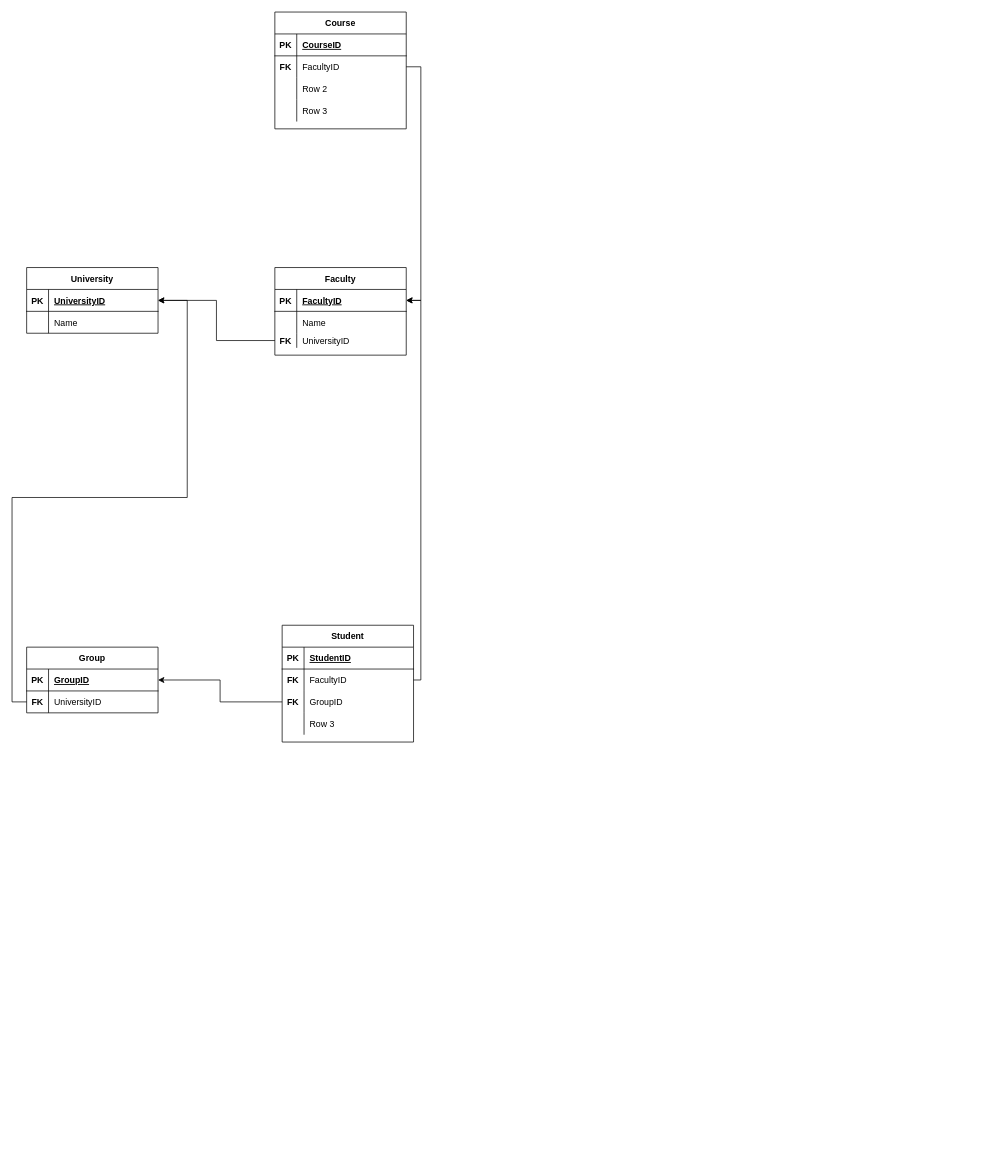
Before: Untitled Diagram.drawio in ilya-siluyanov/DrawIO, a draw.io diagram. Source tidied: cells renumbered, new cells numbered last; positions are measured from the earlier drawing's top-left corner, leaving out a move shared by most shapes. Both pictures are drawn from the tidied source at 73%, with x=0, y=0 at pixel (12, 12).
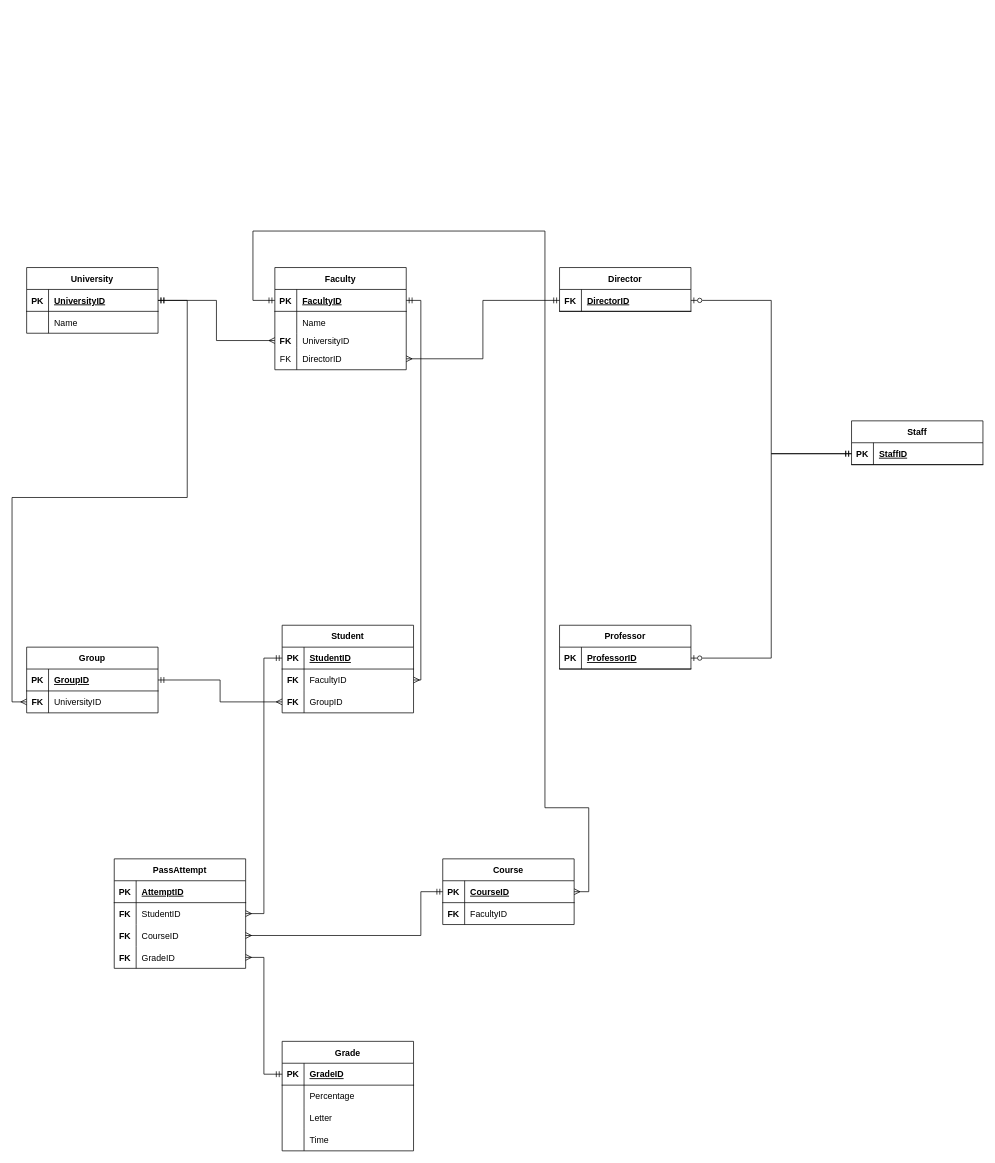
The same diagram, later.

The change refers to these unchanged cells:
```xml
<mxCell id="3" style="shape=tableRow;horizontal=0;startSize=0;swimlaneHead=0;swimlaneBody=0;fillColor=none;points=[[0,0.5],[1,0.5]];portConstraint=eastwest;top=0;left=0;right=0;bottom=1;" parent="2" vertex="1">
  <mxGeometry y="30" width="180" height="30" as="geometry" />
</mxCell>
<mxCell id="10" style="shape=tableRow;horizontal=0;startSize=0;swimlaneHead=0;swimlaneBody=0;fillColor=none;points=[[0,0.5],[1,0.5]];portConstraint=eastwest;top=0;left=0;right=0;bottom=1;" parent="9" vertex="1">
  <mxGeometry y="30" width="180" height="30" as="geometry" />
</mxCell>
<mxCell id="16" style="shape=tableRow;horizontal=0;startSize=0;swimlaneHead=0;swimlaneBody=0;fillColor=none;points=[[0,0.5],[1,0.5]];portConstraint=eastwest;top=0;left=0;right=0;bottom=0;" parent="9" vertex="1">
  <mxGeometry y="90" width="180" height="20" as="geometry" />
</mxCell>
<mxCell id="21" style="shape=tableRow;horizontal=0;startSize=0;swimlaneHead=0;swimlaneBody=0;fillColor=none;points=[[0,0.5],[1,0.5]];portConstraint=eastwest;top=0;left=0;right=0;bottom=1;" parent="20" vertex="1">
  <mxGeometry y="30" width="180" height="30" as="geometry" />
</mxCell>
<mxCell id="24" style="shape=tableRow;horizontal=0;startSize=0;swimlaneHead=0;swimlaneBody=0;fillColor=none;points=[[0,0.5],[1,0.5]];portConstraint=eastwest;top=0;left=0;right=0;bottom=0;" parent="20" vertex="1">
  <mxGeometry y="60" width="180" height="30" as="geometry" />
</mxCell>
<mxCell id="29" style="shape=tableRow;horizontal=0;startSize=0;swimlaneHead=0;swimlaneBody=0;fillColor=none;points=[[0,0.5],[1,0.5]];portConstraint=eastwest;top=0;left=0;right=0;bottom=1;" parent="28" vertex="1">
  <mxGeometry y="30" width="180" height="30" as="geometry" />
</mxCell>
<mxCell id="32" style="shape=tableRow;horizontal=0;startSize=0;swimlaneHead=0;swimlaneBody=0;fillColor=none;points=[[0,0.5],[1,0.5]];portConstraint=eastwest;top=0;left=0;right=0;bottom=0;" parent="28" vertex="1">
  <mxGeometry y="60" width="180" height="30" as="geometry" />
</mxCell>
<mxCell id="35" style="shape=tableRow;horizontal=0;startSize=0;swimlaneHead=0;swimlaneBody=0;fillColor=none;points=[[0,0.5],[1,0.5]];portConstraint=eastwest;top=0;left=0;right=0;bottom=0;" parent="28" vertex="1">
  <mxGeometry y="90" width="180" height="30" as="geometry" />
</mxCell>
<mxCell id="44" style="shape=tableRow;horizontal=0;startSize=0;swimlaneHead=0;swimlaneBody=0;fillColor=none;points=[[0,0.5],[1,0.5]];portConstraint=eastwest;top=0;left=0;right=0;bottom=1;" parent="43" vertex="1">
  <mxGeometry y="30" width="180" height="30" as="geometry" />
</mxCell>
<mxCell id="47" style="shape=tableRow;horizontal=0;startSize=0;swimlaneHead=0;swimlaneBody=0;fillColor=none;points=[[0,0.5],[1,0.5]];portConstraint=eastwest;top=0;left=0;right=0;bottom=0;" parent="43" vertex="1">
  <mxGeometry y="60" width="180" height="30" as="geometry" />
</mxCell>
```

The edit, as a diff of the source:
```diff
@@
     <mxCell id="9" value="Faculty" style="shape=table;startSize=30;childLayout=tableLayout;rowLines=0;fontStyle=1;align=center;" parent="1" vertex="1">
-      <mxGeometry x="360" y="350" width="180" height="120" as="geometry" />
+      <mxGeometry x="360" y="350" width="180" height="140" as="geometry" />
     </mxCell>
@@
+    <mxCell id="57" style="shape=tableRow;horizontal=0;startSize=0;swimlaneHead=0;swimlaneBody=0;fillColor=none;points=[[0,0.5],[1,0.5]];portConstraint=eastwest;top=0;left=0;right=0;bottom=0;" parent="9" vertex="1">
+      <mxGeometry y="110" width="180" height="30" as="geometry" />
+    </mxCell>
+    <mxCell id="58" value="FK" style="shape=partialRectangle;fillColor=none;top=0;left=0;bottom=0;right=0;fontStyle=0;overflow=hidden;" parent="57" vertex="1">
+      <mxGeometry width="30" height="30" as="geometry" />
+    </mxCell>
+    <mxCell id="59" value="DirectorID" style="shape=partialRectangle;fillColor=none;top=0;left=0;bottom=0;right=0;align=left;spacingLeft=6;fontStyle=0;overflow=hidden;" parent="57" vertex="1">
+      <mxGeometry x="30" width="150" height="30" as="geometry" />
+    </mxCell>
-    <mxCell id="19" style="edgeStyle=orthogonalEdgeStyle;rounded=0;jettySize=auto;html=1;entryX=1;entryY=0.5;entryDx=0;entryDy=0;" parent="1" edge="1" source="16" target="3">
+    <mxCell id="19" style="edgeStyle=orthogonalEdgeStyle;rounded=0;jettySize=auto;html=1;entryX=1;entryY=0.5;entryDx=0;entryDy=0;endArrow=ERmandOne;endFill=0;startArrow=ERmany;startFill=0;" parent="1" edge="1" source="16" target="3">
       <mxGeometry relative="1" as="geometry" />
     </mxCell>
@@
-    <mxCell id="27" style="edgeStyle=orthogonalEdgeStyle;rounded=0;jettySize=auto;html=1;entryX=1;entryY=0.5;entryDx=0;entryDy=0;" parent="1" edge="1" source="24" target="3">
+    <mxCell id="27" style="edgeStyle=orthogonalEdgeStyle;rounded=0;jettySize=auto;html=1;entryX=1;entryY=0.5;entryDx=0;entryDy=0;endArrow=ERmandOne;endFill=0;startArrow=ERmany;startFill=0;" parent="1" edge="1" source="24" target="3">
       <mxGeometry relative="1" as="geometry">
         <Array as="points">
           <mxPoint y="945" />
           <mxPoint y="665" />
           <mxPoint x="240" y="665" />
           <mxPoint x="240" y="395" />
         </Array>
       </mxGeometry>
     </mxCell>
     <mxCell id="28" value="Student" style="shape=table;startSize=30;childLayout=tableLayout;rowLines=0;fontStyle=1;align=center;" parent="1" vertex="1">
-      <mxGeometry x="370" y="840" width="180" height="160" as="geometry" />
+      <mxGeometry x="370" y="840" width="180" height="120" as="geometry" />
     </mxCell>
@@
-    <mxCell id="38" style="shape=tableRow;horizontal=0;startSize=0;swimlaneHead=0;swimlaneBody=0;fillColor=none;top=0;left=0;right=0;bottom=0;" parent="28" vertex="1">
-      <mxGeometry y="120" width="180" height="30" as="geometry" />
-    </mxCell>
-    <mxCell id="39" style="shape=partialRectangle;fillColor=none;top=0;left=0;bottom=0;right=0;overflow=hidden;" parent="38" vertex="1">
-      <mxGeometry width="30" height="30" as="geometry" />
-    </mxCell>
-    <mxCell id="40" value="Row 3" style="shape=partialRectangle;fillColor=none;top=0;left=0;bottom=0;right=0;align=left;spacingLeft=6;overflow=hidden;" parent="38" vertex="1">
-      <mxGeometry x="30" width="150" height="30" as="geometry" />
-    </mxCell>
-    <mxCell id="41" style="edgeStyle=orthogonalEdgeStyle;rounded=0;jettySize=auto;html=1;entryX=1;entryY=0.5;entryDx=0;entryDy=0;exitX=0;exitY=0.5;exitDx=0;exitDy=0;" parent="1" edge="1" source="35" target="21">
+    <mxCell id="41" style="edgeStyle=orthogonalEdgeStyle;rounded=0;jettySize=auto;html=1;entryX=1;entryY=0.5;entryDx=0;entryDy=0;exitX=0;exitY=0.5;exitDx=0;exitDy=0;startArrow=ERmany;startFill=0;endArrow=ERmandOne;endFill=0;" parent="1" edge="1" source="35" target="21">
       <mxGeometry relative="1" as="geometry" />
     </mxCell>
-    <mxCell id="42" style="edgeStyle=orthogonalEdgeStyle;rounded=0;jettySize=auto;html=1;entryX=1;entryY=0.5;entryDx=0;entryDy=0;" parent="1" edge="1" source="32" target="10">
+    <mxCell id="42" style="edgeStyle=orthogonalEdgeStyle;rounded=0;jettySize=auto;html=1;entryX=1;entryY=0.5;entryDx=0;entryDy=0;startArrow=ERmany;startFill=0;endArrow=ERmandOne;endFill=0;" parent="1" edge="1" source="32" target="10">
       <mxGeometry relative="1" as="geometry">
         <Array as="points">
           <mxPoint x="560" y="915" />
           <mxPoint x="560" y="395" />
         </Array>
       </mxGeometry>
     </mxCell>
     <mxCell id="43" value="Course" style="shape=table;startSize=30;childLayout=tableLayout;rowLines=0;fontStyle=1;align=center;" parent="1" vertex="1">
-      <mxGeometry x="360" width="180" height="160" as="geometry" />
+      <mxGeometry x="590" y="1160" width="180" height="90" as="geometry" />
     </mxCell>
@@
-    <mxCell id="50" style="shape=tableRow;horizontal=0;startSize=0;swimlaneHead=0;swimlaneBody=0;fillColor=none;top=0;left=0;right=0;bottom=0;" parent="43" vertex="1">
-      <mxGeometry y="90" width="180" height="30" as="geometry" />
-    </mxCell>
-    <mxCell id="51" style="shape=partialRectangle;fillColor=none;top=0;left=0;bottom=0;right=0;overflow=hidden;" parent="50" vertex="1">
-      <mxGeometry width="30" height="30" as="geometry" />
-    </mxCell>
-    <mxCell id="52" value="Row 2" style="shape=partialRectangle;fillColor=none;top=0;left=0;bottom=0;right=0;align=left;spacingLeft=6;overflow=hidden;" parent="50" vertex="1">
-      <mxGeometry x="30" width="150" height="30" as="geometry" />
-    </mxCell>
-    <mxCell id="53" style="shape=tableRow;horizontal=0;startSize=0;swimlaneHead=0;swimlaneBody=0;fillColor=none;top=0;left=0;right=0;bottom=0;" parent="43" vertex="1">
-      <mxGeometry y="120" width="180" height="30" as="geometry" />
-    </mxCell>
-    <mxCell id="54" style="shape=partialRectangle;fillColor=none;top=0;left=0;bottom=0;right=0;overflow=hidden;" parent="53" vertex="1">
-      <mxGeometry width="30" height="30" as="geometry" />
-    </mxCell>
-    <mxCell id="55" value="Row 3" style="shape=partialRectangle;fillColor=none;top=0;left=0;bottom=0;right=0;align=left;spacingLeft=6;overflow=hidden;" parent="53" vertex="1">
-      <mxGeometry x="30" width="150" height="30" as="geometry" />
-    </mxCell>
-    <mxCell id="56" style="edgeStyle=orthogonalEdgeStyle;rounded=0;jettySize=auto;html=1;entryX=1;entryY=0.5;entryDx=0;entryDy=0;" parent="1" edge="1" source="47" target="10">
+    <mxCell id="56" style="edgeStyle=orthogonalEdgeStyle;rounded=0;jettySize=auto;html=1;entryX=0;entryY=0.5;entryDx=0;entryDy=0;exitX=1;exitY=0.5;exitDx=0;exitDy=0;endArrow=ERmandOne;endFill=0;startArrow=ERmany;startFill=0;" parent="1" edge="1" source="44" target="10">
       <mxGeometry relative="1" as="geometry">
         <Array as="points">
-          <mxPoint x="560" y="75" />
-          <mxPoint x="560" y="395" />
+          <mxPoint x="790" y="1205" />
+          <mxPoint x="790" y="1090" />
+          <mxPoint x="730" y="1090" />
+          <mxPoint x="730" y="300" />
+          <mxPoint x="330" y="300" />
+          <mxPoint x="330" y="395" />
         </Array>
       </mxGeometry>
     </mxCell>
+    <mxCell id="60" value="Director" style="shape=table;startSize=30;childLayout=tableLayout;rowLines=0;fontStyle=1;align=center;" parent="1" vertex="1">
+      <mxGeometry x="750" y="350" width="180" height="60" as="geometry" />
+    </mxCell>
+    <mxCell id="61" style="shape=tableRow;horizontal=0;startSize=0;swimlaneHead=0;swimlaneBody=0;fillColor=none;points=[[0,0.5],[1,0.5]];portConstraint=eastwest;top=0;left=0;right=0;bottom=1;" parent="60" vertex="1">
+      <mxGeometry y="30" width="180" height="30" as="geometry" />
+    </mxCell>
+    <mxCell id="62" value="FK" style="shape=partialRectangle;fillColor=none;top=0;left=0;bottom=0;right=0;fontStyle=1;overflow=hidden;" parent="61" vertex="1">
+      <mxGeometry width="30" height="30" as="geometry" />
+    </mxCell>
+    <mxCell id="63" value="DirectorID" style="shape=partialRectangle;fillColor=none;top=0;left=0;bottom=0;right=0;align=left;spacingLeft=6;fontStyle=5;overflow=hidden;" parent="61" vertex="1">
+      <mxGeometry x="30" width="150" height="30" as="geometry" />
+    </mxCell>
+    <mxCell id="64" value="Professor" style="shape=table;startSize=30;childLayout=tableLayout;rowLines=0;fontStyle=1;align=center;" parent="1" vertex="1">
+      <mxGeometry x="750" y="840" width="180" height="60" as="geometry" />
+    </mxCell>
+    <mxCell id="65" style="shape=tableRow;horizontal=0;startSize=0;swimlaneHead=0;swimlaneBody=0;fillColor=none;points=[[0,0.5],[1,0.5]];portConstraint=eastwest;top=0;left=0;right=0;bottom=1;" parent="64" vertex="1">
+      <mxGeometry y="30" width="180" height="30" as="geometry" />
+    </mxCell>
+    <mxCell id="66" value="PK" style="shape=partialRectangle;fillColor=none;top=0;left=0;bottom=0;right=0;fontStyle=1;overflow=hidden;" parent="65" vertex="1">
+      <mxGeometry width="30" height="30" as="geometry" />
+    </mxCell>
+    <mxCell id="67" value="ProfessorID" style="shape=partialRectangle;fillColor=none;top=0;left=0;bottom=0;right=0;align=left;spacingLeft=6;fontStyle=5;overflow=hidden;" parent="65" vertex="1">
+      <mxGeometry x="30" width="150" height="30" as="geometry" />
+    </mxCell>
+    <mxCell id="68" value="Staff" style="shape=table;startSize=30;childLayout=tableLayout;rowLines=0;fontStyle=1;align=center;" parent="1" vertex="1">
+      <mxGeometry x="1150" y="560" width="180" height="60" as="geometry" />
+    </mxCell>
+    <mxCell id="69" style="shape=tableRow;horizontal=0;startSize=0;swimlaneHead=0;swimlaneBody=0;fillColor=none;points=[[0,0.5],[1,0.5]];portConstraint=eastwest;top=0;left=0;right=0;bottom=1;" parent="68" vertex="1">
+      <mxGeometry y="30" width="180" height="30" as="geometry" />
+    </mxCell>
+    <mxCell id="70" value="PK" style="shape=partialRectangle;fillColor=none;top=0;left=0;bottom=0;right=0;fontStyle=1;overflow=hidden;" parent="69" vertex="1">
+      <mxGeometry width="30" height="30" as="geometry" />
+    </mxCell>
+    <mxCell id="71" value="StaffID" style="shape=partialRectangle;fillColor=none;top=0;left=0;bottom=0;right=0;align=left;spacingLeft=6;fontStyle=5;overflow=hidden;" parent="69" vertex="1">
+      <mxGeometry x="30" width="150" height="30" as="geometry" />
+    </mxCell>
+    <mxCell id="72" style="edgeStyle=orthogonalEdgeStyle;rounded=0;jettySize=auto;html=1;entryX=0;entryY=0.5;entryDx=0;entryDy=0;endArrow=ERmandOne;endFill=0;startArrow=ERzeroToOne;startFill=0;" parent="1" edge="1" source="61" target="69">
+      <mxGeometry relative="1" as="geometry" />
+    </mxCell>
+    <mxCell id="73" style="edgeStyle=orthogonalEdgeStyle;rounded=0;jettySize=auto;html=1;entryX=0;entryY=0.5;entryDx=0;entryDy=0;endArrow=ERmandOne;endFill=0;startArrow=ERzeroToOne;startFill=0;" parent="1" edge="1" source="65" target="69">
+      <mxGeometry relative="1" as="geometry" />
+    </mxCell>
+    <mxCell id="74" style="edgeStyle=orthogonalEdgeStyle;rounded=0;jettySize=auto;html=1;entryX=0;entryY=0.5;entryDx=0;entryDy=0;startArrow=ERmany;startFill=0;endArrow=ERmandOne;endFill=0;" parent="1" edge="1" source="57" target="61">
+      <mxGeometry relative="1" as="geometry" />
+    </mxCell>
+    <mxCell id="75" value="PassAttempt" style="shape=table;startSize=30;childLayout=tableLayout;rowLines=0;fontStyle=1;align=center;" parent="1" vertex="1">
+      <mxGeometry x="140" y="1160" width="180" height="150" as="geometry" />
+    </mxCell>
+    <mxCell id="76" style="shape=tableRow;horizontal=0;startSize=0;swimlaneHead=0;swimlaneBody=0;fillColor=none;top=0;left=0;right=0;bottom=1;" parent="75" vertex="1">
+      <mxGeometry y="30" width="180" height="30" as="geometry" />
+    </mxCell>
+    <mxCell id="77" value="PK" style="shape=partialRectangle;fillColor=none;top=0;left=0;bottom=0;right=0;fontStyle=1;overflow=hidden;" parent="76" vertex="1">
+      <mxGeometry width="30" height="30" as="geometry" />
+    </mxCell>
+    <mxCell id="78" value="AttemptID" style="shape=partialRectangle;fillColor=none;top=0;left=0;bottom=0;right=0;align=left;spacingLeft=6;fontStyle=5;overflow=hidden;" parent="76" vertex="1">
+      <mxGeometry x="30" width="150" height="30" as="geometry" />
+    </mxCell>
+    <mxCell id="79" style="shape=tableRow;horizontal=0;startSize=0;swimlaneHead=0;swimlaneBody=0;fillColor=none;points=[[0,0.5],[1,0.5]];portConstraint=eastwest;top=0;left=0;right=0;bottom=0;" parent="75" vertex="1">
+      <mxGeometry y="60" width="180" height="30" as="geometry" />
+    </mxCell>
+    <mxCell id="80" value="FK" style="shape=partialRectangle;fillColor=none;top=0;left=0;bottom=0;right=0;overflow=hidden;fontStyle=1;" parent="79" vertex="1">
+      <mxGeometry width="30" height="30" as="geometry" />
+    </mxCell>
+    <mxCell id="81" value="StudentID" style="shape=partialRectangle;fillColor=none;top=0;left=0;bottom=0;right=0;align=left;spacingLeft=6;overflow=hidden;" parent="79" vertex="1">
+      <mxGeometry x="30" width="150" height="30" as="geometry" />
+    </mxCell>
+    <mxCell id="82" style="shape=tableRow;horizontal=0;startSize=0;swimlaneHead=0;swimlaneBody=0;fillColor=none;points=[[0,0.5],[1,0.5]];portConstraint=eastwest;top=0;left=0;right=0;bottom=0;" parent="75" vertex="1">
+      <mxGeometry y="90" width="180" height="30" as="geometry" />
+    </mxCell>
+    <mxCell id="83" value="FK" style="shape=partialRectangle;fillColor=none;top=0;left=0;bottom=0;right=0;overflow=hidden;fontStyle=1;" parent="82" vertex="1">
+      <mxGeometry width="30" height="30" as="geometry" />
+    </mxCell>
+    <mxCell id="84" value="CourseID" style="shape=partialRectangle;fillColor=none;top=0;left=0;bottom=0;right=0;align=left;spacingLeft=6;overflow=hidden;" parent="82" vertex="1">
+      <mxGeometry x="30" width="150" height="30" as="geometry" />
+    </mxCell>
+    <mxCell id="85" style="shape=tableRow;horizontal=0;startSize=0;swimlaneHead=0;swimlaneBody=0;fillColor=none;points=[[0,0.5],[1,0.5]];portConstraint=eastwest;top=0;left=0;right=0;bottom=0;" parent="75" vertex="1">
+      <mxGeometry y="120" width="180" height="30" as="geometry" />
+    </mxCell>
+    <mxCell id="86" value="FK" style="shape=partialRectangle;fillColor=none;top=0;left=0;bottom=0;right=0;overflow=hidden;fontStyle=1;" parent="85" vertex="1">
+      <mxGeometry width="30" height="30" as="geometry" />
+    </mxCell>
+    <mxCell id="87" value="GradeID" style="shape=partialRectangle;fillColor=none;top=0;left=0;bottom=0;right=0;align=left;spacingLeft=6;overflow=hidden;" parent="85" vertex="1">
+      <mxGeometry x="30" width="150" height="30" as="geometry" />
+    </mxCell>
+    <mxCell id="88" style="edgeStyle=orthogonalEdgeStyle;rounded=0;jettySize=auto;html=1;entryX=0;entryY=0.5;entryDx=0;entryDy=0;startArrow=ERmany;startFill=0;endArrow=ERmandOne;endFill=0;" parent="1" edge="1" source="79" target="29">
+      <mxGeometry relative="1" as="geometry" />
+    </mxCell>
+    <mxCell id="89" style="edgeStyle=orthogonalEdgeStyle;rounded=0;jettySize=auto;html=1;entryX=0;entryY=0.5;entryDx=0;entryDy=0;endArrow=ERmandOne;endFill=0;startArrow=ERmany;startFill=0;" parent="1" edge="1" source="82" target="44">
+      <mxGeometry relative="1" as="geometry">
+        <Array as="points">
+          <mxPoint x="560" y="1265" />
+          <mxPoint x="560" y="1205" />
+        </Array>
+      </mxGeometry>
+    </mxCell>
+    <mxCell id="90" value="Grade" style="shape=table;startSize=30;childLayout=tableLayout;rowLines=0;fontStyle=1;align=center;" parent="1" vertex="1">
+      <mxGeometry x="370" y="1410" width="180" height="150" as="geometry" />
+    </mxCell>
+    <mxCell id="91" style="shape=tableRow;horizontal=0;startSize=0;swimlaneHead=0;swimlaneBody=0;fillColor=none;points=[[0,0.5],[1,0.5]];portConstraint=eastwest;top=0;left=0;right=0;bottom=1;" parent="90" vertex="1">
+      <mxGeometry y="30" width="180" height="30" as="geometry" />
+    </mxCell>
+    <mxCell id="92" value="PK" style="shape=partialRectangle;fillColor=none;top=0;left=0;bottom=0;right=0;fontStyle=1;overflow=hidden;" parent="91" vertex="1">
+      <mxGeometry width="30" height="30" as="geometry" />
+    </mxCell>
+    <mxCell id="93" value="GradeID" style="shape=partialRectangle;fillColor=none;top=0;left=0;bottom=0;right=0;align=left;spacingLeft=6;fontStyle=5;overflow=hidden;" parent="91" vertex="1">
+      <mxGeometry x="30" width="150" height="30" as="geometry" />
+    </mxCell>
+    <mxCell id="94" style="shape=tableRow;horizontal=0;startSize=0;swimlaneHead=0;swimlaneBody=0;fillColor=none;top=0;left=0;right=0;bottom=0;" parent="90" vertex="1">
+      <mxGeometry y="60" width="180" height="30" as="geometry" />
+    </mxCell>
+    <mxCell id="95" style="shape=partialRectangle;fillColor=none;top=0;left=0;bottom=0;right=0;overflow=hidden;" parent="94" vertex="1">
+      <mxGeometry width="30" height="30" as="geometry" />
+    </mxCell>
+    <mxCell id="96" value="Percentage" style="shape=partialRectangle;fillColor=none;top=0;left=0;bottom=0;right=0;align=left;spacingLeft=6;overflow=hidden;" parent="94" vertex="1">
+      <mxGeometry x="30" width="150" height="30" as="geometry" />
+    </mxCell>
+    <mxCell id="97" style="shape=tableRow;horizontal=0;startSize=0;swimlaneHead=0;swimlaneBody=0;fillColor=none;top=0;left=0;right=0;bottom=0;" parent="90" vertex="1">
+      <mxGeometry y="90" width="180" height="30" as="geometry" />
+    </mxCell>
+    <mxCell id="98" style="shape=partialRectangle;fillColor=none;top=0;left=0;bottom=0;right=0;overflow=hidden;" parent="97" vertex="1">
+      <mxGeometry width="30" height="30" as="geometry" />
+    </mxCell>
+    <mxCell id="99" value="Letter" style="shape=partialRectangle;fillColor=none;top=0;left=0;bottom=0;right=0;align=left;spacingLeft=6;overflow=hidden;" parent="97" vertex="1">
+      <mxGeometry x="30" width="150" height="30" as="geometry" />
+    </mxCell>
+    <mxCell id="100" style="shape=tableRow;horizontal=0;startSize=0;swimlaneHead=0;swimlaneBody=0;fillColor=none;top=0;left=0;right=0;bottom=0;" parent="90" vertex="1">
+      <mxGeometry y="120" width="180" height="30" as="geometry" />
+    </mxCell>
+    <mxCell id="101" style="shape=partialRectangle;fillColor=none;top=0;left=0;bottom=0;right=0;overflow=hidden;" parent="100" vertex="1">
+      <mxGeometry width="30" height="30" as="geometry" />
+    </mxCell>
+    <mxCell id="102" value="Time" style="shape=partialRectangle;fillColor=none;top=0;left=0;bottom=0;right=0;align=left;spacingLeft=6;overflow=hidden;" parent="100" vertex="1">
+      <mxGeometry x="30" width="150" height="30" as="geometry" />
+    </mxCell>
+    <mxCell id="103" style="edgeStyle=orthogonalEdgeStyle;rounded=0;jettySize=auto;html=1;entryX=0;entryY=0.5;entryDx=0;entryDy=0;endArrow=ERmandOne;endFill=0;startArrow=ERmany;startFill=0;" parent="1" edge="1" source="85" target="91">
+      <mxGeometry relative="1" as="geometry" />
+    </mxCell>
```
